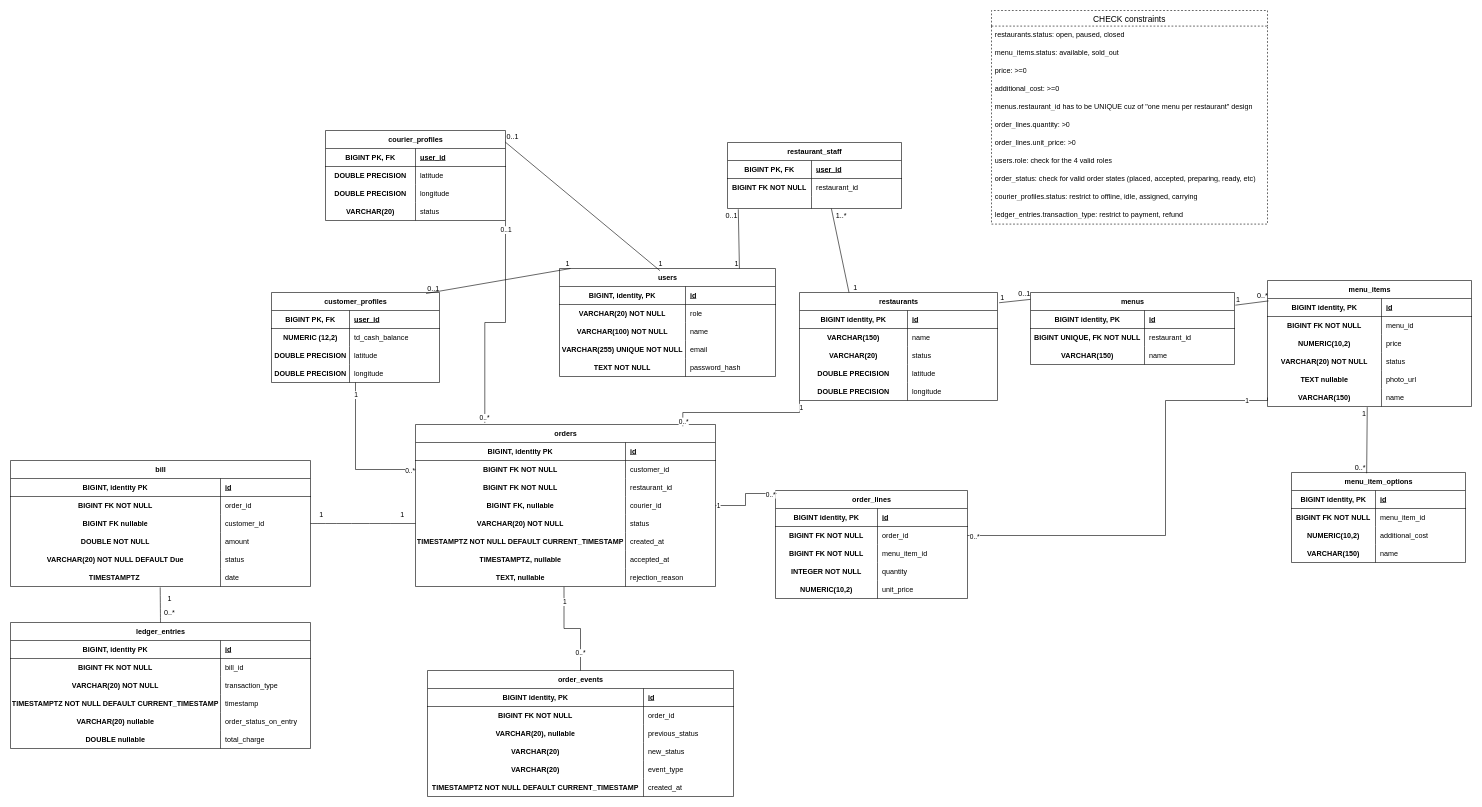
Above: Documents/Diagrams/entity-relationship-diagram/ER Diagram.drawio.xml in AnaisPerron/SOEN343-Council (draw.io), before the change. Source tidied: cells renumbered, new cells numbered last; positions are measured from the earlier drawing's top-left corner, leaving out a move shared by most shapes. Both pictures are drawn from the tidied source at 60%, with x=0, y=0 at pixel (10, 10).
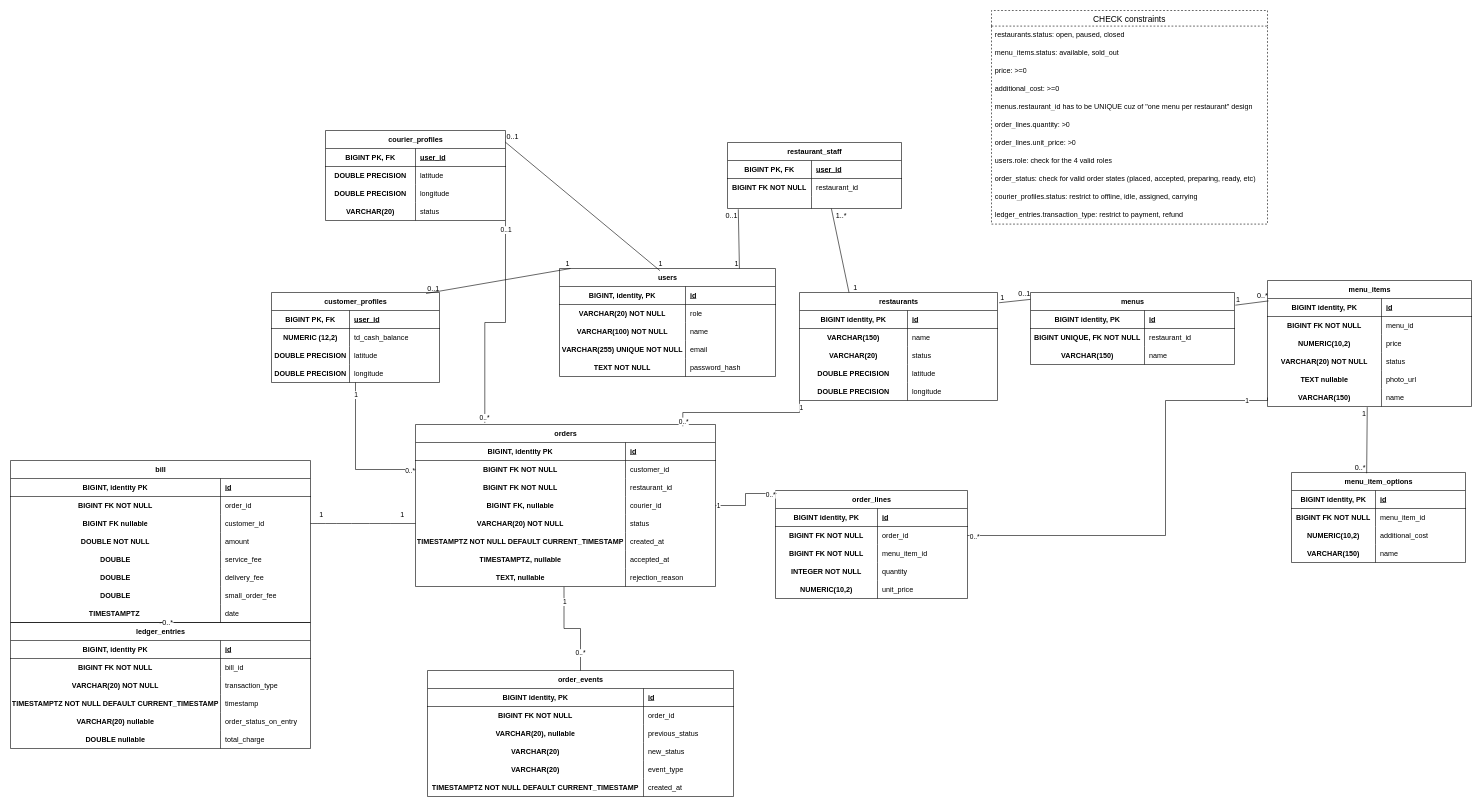
The same diagram, later.

Commit message (it also covers changes not shown here):
Task.83 made it so a ledger entry is created on final order status reached + updated ER diagram and schema

Unchanged cells that the change refers to:
```xml
<mxCell id="255" style="shape=tableRow;horizontal=0;startSize=0;swimlaneHead=0;swimlaneBody=0;fillColor=none;top=0;left=0;right=0;bottom=0;" parent="242" vertex="1">
  <mxGeometry y="150" width="500" height="30" as="geometry" />
</mxCell>
```

Diff of the diagram source:
```diff
@@
     <mxCell id="242" value="bill" style="shape=table;startSize=30;childLayout=tableLayout;rowLines=0;fontStyle=1;align=center;html=1;" parent="1" vertex="1">
-      <mxGeometry y="750" width="500" height="210" as="geometry" />
+      <mxGeometry y="750" width="500" height="270" as="geometry" />
     </mxCell>
@@
-    <mxCell id="256" value="&lt;b&gt;VARCHAR(20) NOT NULL DEFAULT Due&lt;/b&gt;" style="shape=partialRectangle;fillColor=none;top=0;left=0;bottom=0;right=0;overflow=hidden;whiteSpace=wrap;html=1;" parent="255" vertex="1">
-      <mxGeometry width="350" height="30" as="geometry" />
-    </mxCell>
-    <mxCell id="257" value="status" style="shape=partialRectangle;fillColor=none;top=0;left=0;bottom=0;right=0;align=left;spacingLeft=6;overflow=hidden;whiteSpace=wrap;html=1;" parent="255" vertex="1">
-      <mxGeometry x="350" width="150" height="30" as="geometry" />
-    </mxCell>
+    <mxCell id="267" value="&lt;b&gt;DOUBLE&lt;/b&gt;" style="shape=partialRectangle;fillColor=none;top=0;left=0;bottom=0;right=0;overflow=hidden;whiteSpace=wrap;html=1;" parent="255" vertex="1">
+      <mxGeometry width="350" height="30" as="geometry" />
+    </mxCell>
+    <mxCell id="268" value="service_fee" style="shape=partialRectangle;fillColor=none;top=0;left=0;bottom=0;right=0;align=left;spacingLeft=6;overflow=hidden;whiteSpace=wrap;html=1;" parent="255" vertex="1">
+      <mxGeometry x="350" width="150" height="30" as="geometry" />
+    </mxCell>
+    <mxCell id="269" style="shape=tableRow;horizontal=0;startSize=0;swimlaneHead=0;swimlaneBody=0;fillColor=none;top=0;left=0;right=0;bottom=0;" parent="242" vertex="1">
+      <mxGeometry y="180" width="500" height="30" as="geometry" />
+    </mxCell>
+    <mxCell id="270" value="&lt;b&gt;DOUBLE&lt;/b&gt;" style="shape=partialRectangle;fillColor=none;top=0;left=0;bottom=0;right=0;overflow=hidden;whiteSpace=wrap;html=1;" parent="269" vertex="1">
+      <mxGeometry width="350" height="30" as="geometry" />
+    </mxCell>
+    <mxCell id="271" value="delivery_fee" style="shape=partialRectangle;fillColor=none;top=0;left=0;bottom=0;right=0;align=left;spacingLeft=6;overflow=hidden;whiteSpace=wrap;html=1;" parent="269" vertex="1">
+      <mxGeometry x="350" width="150" height="30" as="geometry" />
+    </mxCell>
+    <mxCell id="272" style="shape=tableRow;horizontal=0;startSize=0;swimlaneHead=0;swimlaneBody=0;fillColor=none;top=0;left=0;right=0;bottom=0;" parent="242" vertex="1">
+      <mxGeometry y="210" width="500" height="30" as="geometry" />
+    </mxCell>
+    <mxCell id="273" value="&lt;b&gt;DOUBLE&lt;/b&gt;" style="shape=partialRectangle;fillColor=none;top=0;left=0;bottom=0;right=0;overflow=hidden;whiteSpace=wrap;html=1;" parent="272" vertex="1">
+      <mxGeometry width="350" height="30" as="geometry" />
+    </mxCell>
+    <mxCell id="274" value="small_order_fee" style="shape=partialRectangle;fillColor=none;top=0;left=0;bottom=0;right=0;align=left;spacingLeft=6;overflow=hidden;whiteSpace=wrap;html=1;" parent="272" vertex="1">
+      <mxGeometry x="350" width="150" height="30" as="geometry" />
+    </mxCell>
     <mxCell id="258" style="shape=tableRow;horizontal=0;startSize=0;swimlaneHead=0;swimlaneBody=0;fillColor=none;points=[[0,0.5],[1,0.5]];portConstraint=eastwest;top=0;left=0;right=0;bottom=0;" parent="242" vertex="1">
-      <mxGeometry y="180" width="500" height="30" as="geometry" />
+      <mxGeometry y="240" width="500" height="30" as="geometry" />
     </mxCell>
```
